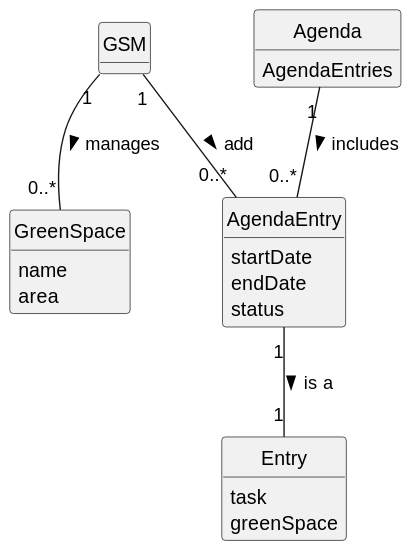
diogoveirospro/lei-24-s2-1dg-g072 keeps this PlantUML diagram as docs/sprintC/us022/02.analysis/svg/us022-domain-model.svg. Above is the earlier version.
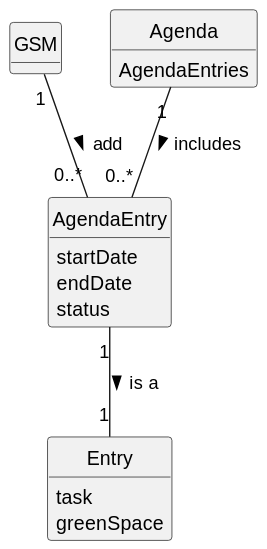
The same file after the commit.

Diff of the diagram source:
```diff
@@ -11,11 +11,6 @@
 
 class GSM {
 
-}
-
-class GreenSpace {
-  name
-  area
 }
 
 class Entry {
@@ -34,7 +29,6 @@
 }
 
 
-GSM "1" -- "0..*" GreenSpace : manages >
 Agenda "1" -- "0..*" AgendaEntry : includes >
 AgendaEntry "1" -- "1" Entry: is a >
 GSM "1" -- "0..*" AgendaEntry : add >
```
